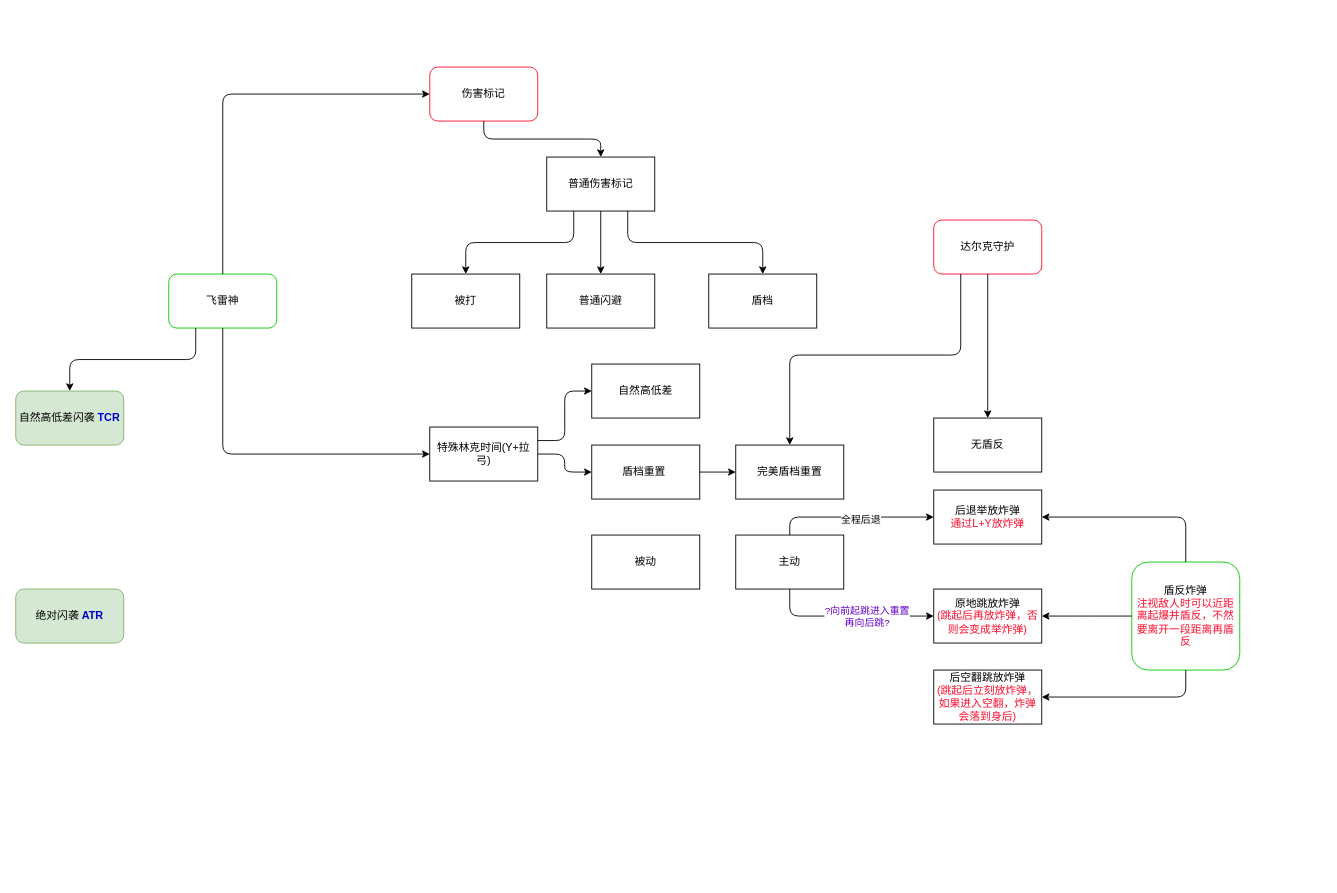
Earlier version of the draw.io diagram zelda.drawio (XiaoLiuAI/diagrams). Source tidied: cells renumbered, new cells numbered last; positions are measured from the earlier drawing's top-left corner, leaving out a move shared by most shapes. Both pictures are drawn from the tidied source at 90%, with x=0, y=0 at pixel (15, 67).
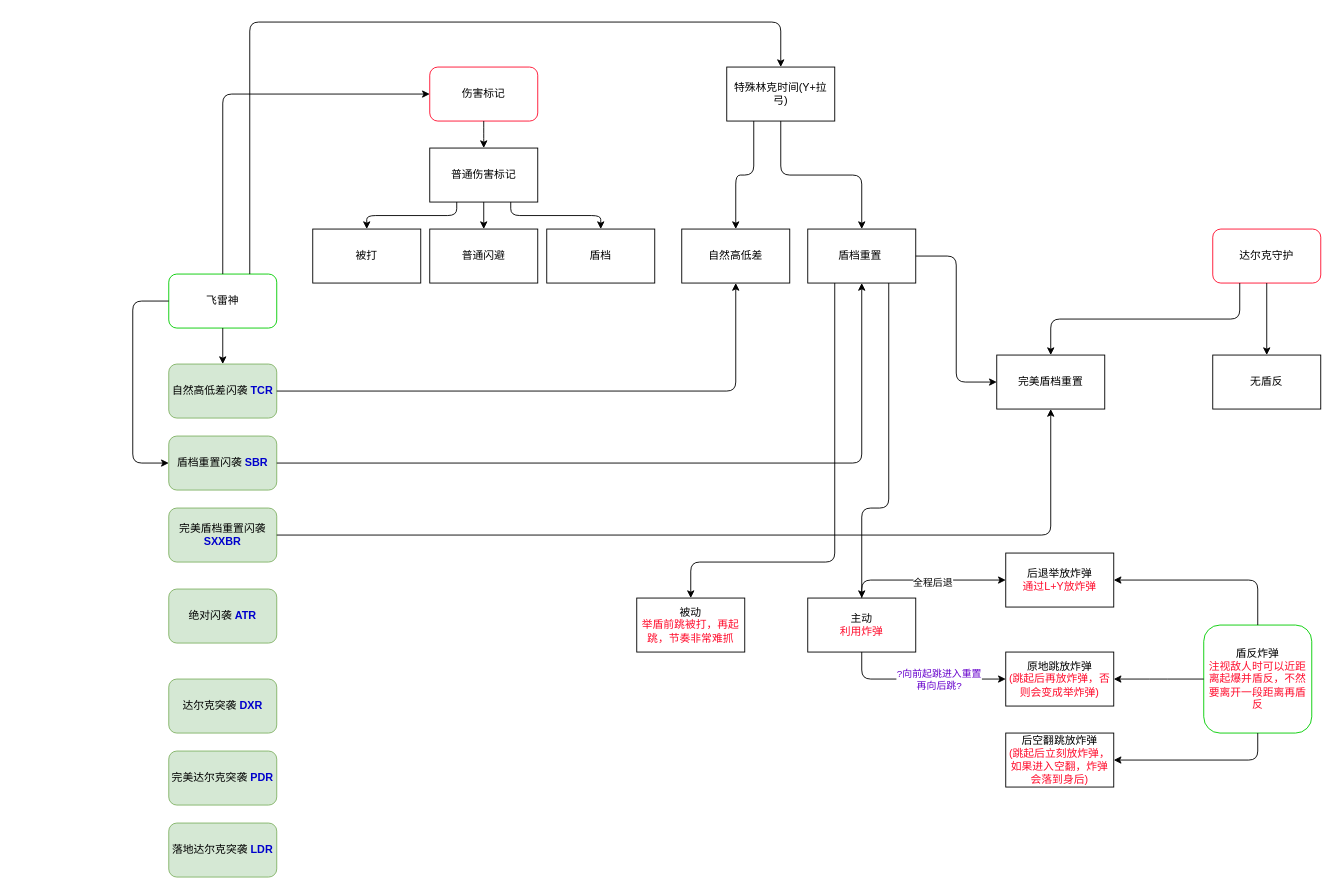
The same page after the edit.

Unchanged cells that the change refers to:
```xml
<mxCell id="2" value="飞雷神" style="rounded=1;whiteSpace=wrap;html=1;strokeColor=#00CC00;" parent="1" vertex="1">
  <mxGeometry x="170" y="230" width="120" height="60" as="geometry" />
</mxCell>
```

Change to the diagram source:
```diff
@@
     <mxCell id="4" value="普通伤害标记" style="rounded=0;whiteSpace=wrap;html=1;" parent="1" vertex="1">
-      <mxGeometry x="590" y="100" width="120" height="60" as="geometry" />
+      <mxGeometry x="460" y="90" width="120" height="60" as="geometry" />
     </mxCell>
     <mxCell id="5" value="被打" style="rounded=0;whiteSpace=wrap;html=1;" parent="1" vertex="1">
-      <mxGeometry x="440" y="230" width="120" height="60" as="geometry" />
+      <mxGeometry x="330" y="180" width="120" height="60" as="geometry" />
     </mxCell>
     <mxCell id="6" value="普通闪避" style="rounded=0;whiteSpace=wrap;html=1;" parent="1" vertex="1">
-      <mxGeometry x="590" y="230" width="120" height="60" as="geometry" />
+      <mxGeometry x="460" y="180" width="120" height="60" as="geometry" />
     </mxCell>
     <mxCell id="7" value="盾档" style="rounded=0;whiteSpace=wrap;html=1;" parent="1" vertex="1">
-      <mxGeometry x="770" y="230" width="120" height="60" as="geometry" />
+      <mxGeometry x="590" y="180" width="120" height="60" as="geometry" />
     </mxCell>
@@
     <mxCell id="12" value="特殊林克时间(Y+拉弓)" style="rounded=0;whiteSpace=wrap;html=1;" parent="1" vertex="1">
-      <mxGeometry x="460" y="400" width="120" height="60" as="geometry" />
+      <mxGeometry x="790" width="120" height="60" as="geometry" />
     </mxCell>
@@
-    <mxCell id="14" style="edgeStyle=segmentEdgeStyle;endArrow=classic;html=1;entryX=0;entryY=0.5;entryDx=0;entryDy=0;exitX=0.5;exitY=1;exitDx=0;exitDy=0;" parent="1" edge="1" source="2" target="12">
+    <mxCell id="14" style="edgeStyle=segmentEdgeStyle;endArrow=classic;html=1;entryX=0.5;entryY=0;entryDx=0;entryDy=0;exitX=0.75;exitY=0;exitDx=0;exitDy=0;" parent="1" edge="1" source="2" target="12">
       <mxGeometry relative="1" as="geometry">
         <Array as="points">
-          <mxPoint x="230" y="430" />
+          <mxPoint x="260" y="-50" />
+          <mxPoint x="850" y="-50" />
         </Array>
       </mxGeometry>
     </mxCell>
     <mxCell id="15" value="自然高低差" style="rounded=0;whiteSpace=wrap;html=1;" parent="1" vertex="1">
-      <mxGeometry x="640" y="330" width="120" height="60" as="geometry" />
+      <mxGeometry x="740" y="180" width="120" height="60" as="geometry" />
     </mxCell>
-    <mxCell id="16" style="edgeStyle=elbowEdgeStyle;elbow=horizontal;endArrow=classic;html=1;exitX=1;exitY=0.25;exitDx=0;exitDy=0;entryX=0;entryY=0.5;entryDx=0;entryDy=0;" parent="1" edge="1" source="12" target="15">
-      <mxGeometry relative="1" as="geometry" />
-    </mxCell>
     <mxCell id="17" value="盾档重置&amp;nbsp;" style="rounded=0;whiteSpace=wrap;html=1;" parent="1" vertex="1">
-      <mxGeometry x="640" y="420" width="120" height="60" as="geometry" />
+      <mxGeometry x="880" y="180" width="120" height="60" as="geometry" />
     </mxCell>
-    <mxCell id="18" style="edgeStyle=elbowEdgeStyle;elbow=horizontal;endArrow=classic;html=1;exitX=1;exitY=0.5;exitDx=0;exitDy=0;entryX=0;entryY=0.5;entryDx=0;entryDy=0;" parent="1" edge="1" source="12" target="17">
-      <mxGeometry relative="1" as="geometry" />
-    </mxCell>
     <mxCell id="19" value="完美盾档重置" style="rounded=0;whiteSpace=wrap;html=1;" parent="1" vertex="1">
-      <mxGeometry x="800" y="420" width="120" height="60" as="geometry" />
+      <mxGeometry x="1090" y="320" width="120" height="60" as="geometry" />
     </mxCell>
-    <mxCell id="20" style="endArrow=classic;html=1;exitX=1;exitY=0.5;exitDx=0;exitDy=0;" parent="1" edge="1" source="17">
-      <mxGeometry relative="1" as="geometry">
-        <mxPoint x="800" y="450" as="targetPoint" />
-      </mxGeometry>
-    </mxCell>
     <mxCell id="21" value="达尔克守护" style="rounded=1;whiteSpace=wrap;html=1;shadow=0;strokeWidth=1;strokeColor=#FF0D2D;" parent="1" vertex="1">
-      <mxGeometry x="1020" y="170" width="120" height="60" as="geometry" />
+      <mxGeometry x="1330" y="180" width="120" height="60" as="geometry" />
     </mxCell>
     <mxCell id="22" style="edgeStyle=elbowEdgeStyle;elbow=vertical;endArrow=classic;html=1;exitX=0.25;exitY=1;exitDx=0;exitDy=0;entryX=0.5;entryY=0;entryDx=0;entryDy=0;" parent="1" edge="1" source="21" target="19">
-      <mxGeometry relative="1" as="geometry">
-        <Array as="points">
-          <mxPoint x="960" y="320" />
-        </Array>
-      </mxGeometry>
+      <mxGeometry relative="1" as="geometry" />
     </mxCell>
-    <mxCell id="23" value="被动" style="rounded=0;whiteSpace=wrap;html=1;" parent="1" vertex="1">
-      <mxGeometry x="640" y="520" width="120" height="60" as="geometry" />
+    <mxCell id="23" value="被动&lt;br&gt;&lt;font color=&quot;#ff0d2d&quot;&gt;举盾前跳被打，再起跳，节奏非常难抓&lt;/font&gt;" style="rounded=0;whiteSpace=wrap;html=1;" parent="1" vertex="1">
+      <mxGeometry x="690" y="590" width="120" height="60" as="geometry" />
     </mxCell>
-    <mxCell id="24" value="主动" style="rounded=0;whiteSpace=wrap;html=1;" parent="1" vertex="1">
-      <mxGeometry x="800" y="520" width="120" height="60" as="geometry" />
+    <mxCell id="24" value="主动&lt;br&gt;&lt;font color=&quot;#ff0d2d&quot;&gt;利用炸弹&lt;/font&gt;" style="rounded=0;whiteSpace=wrap;html=1;" parent="1" vertex="1">
+      <mxGeometry x="880" y="590" width="120" height="60" as="geometry" />
     </mxCell>
     <mxCell id="25" value="原地跳放炸弹&lt;br&gt;&lt;font color=&quot;#ff0d2d&quot;&gt;(跳起后再放炸弹，否则会变成举炸弹)&lt;/font&gt;" style="rounded=0;whiteSpace=wrap;html=1;" parent="1" vertex="1">
-      <mxGeometry x="1020" y="580" width="120" height="60" as="geometry" />
+      <mxGeometry x="1100" y="650" width="120" height="60" as="geometry" />
     </mxCell>
     <mxCell id="26" value="后退举放炸弹&lt;br&gt;&lt;font color=&quot;#ff0d2d&quot;&gt;通过L+Y放炸弹&lt;/font&gt;" style="rounded=0;whiteSpace=wrap;html=1;" parent="1" vertex="1">
-      <mxGeometry x="1020" y="470" width="120" height="60" as="geometry" />
+      <mxGeometry x="1100" y="540" width="120" height="60" as="geometry" />
     </mxCell>
     <mxCell id="27" style="edgeStyle=elbowEdgeStyle;elbow=vertical;endArrow=classic;html=1;entryX=0;entryY=0.5;entryDx=0;entryDy=0;exitX=0.5;exitY=0;exitDx=0;exitDy=0;" parent="1" edge="1" source="24" target="26">
       <mxGeometry relative="1" as="geometry">
         <Array as="points">
-          <mxPoint x="1000" y="500" />
+          <mxPoint x="1080" y="570" />
         </Array>
       </mxGeometry>
     </mxCell>
@@
     <mxCell id="29" style="edgeStyle=elbowEdgeStyle;elbow=vertical;endArrow=classic;html=1;entryX=0;entryY=0.5;entryDx=0;entryDy=0;exitX=0.5;exitY=1;exitDx=0;exitDy=0;" parent="1" edge="1" source="24" target="25">
       <mxGeometry relative="1" as="geometry">
         <Array as="points">
-          <mxPoint x="970" y="610" />
+          <mxPoint x="1050" y="680" />
         </Array>
       </mxGeometry>
     </mxCell>
@@
     <mxCell id="31" value="盾反炸弹&lt;br&gt;&lt;font color=&quot;#ff0d2d&quot;&gt;注视敌人时可以近距离起爆并盾反，不然要离开一段距离再盾反&lt;/font&gt;" style="rounded=1;whiteSpace=wrap;html=1;strokeColor=#00CC00;" parent="1" vertex="1">
-      <mxGeometry x="1240" y="550" width="120" height="120" as="geometry" />
+      <mxGeometry x="1320" y="620" width="120" height="120" as="geometry" />
     </mxCell>
     <mxCell id="32" style="edgeStyle=elbowEdgeStyle;elbow=vertical;endArrow=classic;html=1;entryX=1;entryY=0.5;entryDx=0;entryDy=0;exitX=0.5;exitY=0;exitDx=0;exitDy=0;" parent="1" edge="1" source="31" target="26">
       <mxGeometry relative="1" as="geometry">
         <Array as="points">
-          <mxPoint x="1220" y="500" />
+          <mxPoint x="1300" y="570" />
         </Array>
       </mxGeometry>
     </mxCell>
     <mxCell id="33" value="后空翻跳放炸弹&lt;br&gt;&lt;font color=&quot;#ff0d2d&quot;&gt;(跳起后立刻放炸弹，如果进入空翻，炸弹会落到身后)&lt;/font&gt;" style="rounded=0;whiteSpace=wrap;html=1;" parent="1" vertex="1">
-      <mxGeometry x="1020" y="670" width="120" height="60" as="geometry" />
+      <mxGeometry x="1100" y="740" width="120" height="60" as="geometry" />
     </mxCell>
@@
     <mxCell id="35" style="edgeStyle=elbowEdgeStyle;elbow=vertical;endArrow=classic;html=1;exitX=0.5;exitY=1;exitDx=0;exitDy=0;entryX=1;entryY=0.5;entryDx=0;entryDy=0;" parent="1" edge="1" source="31" target="33">
       <mxGeometry relative="1" as="geometry">
         <Array as="points">
-          <mxPoint x="1220" y="700" />
+          <mxPoint x="1300" y="770" />
         </Array>
       </mxGeometry>
     </mxCell>
     <mxCell id="36" value="无盾反" style="rounded=0;whiteSpace=wrap;html=1;" parent="1" vertex="1">
-      <mxGeometry x="1020" y="390" width="120" height="60" as="geometry" />
+      <mxGeometry x="1330" y="320" width="120" height="60" as="geometry" />
     </mxCell>
@@
     <mxCell id="38" value="绝对闪袭 &lt;b&gt;&lt;font color=&quot;#0000cc&quot;&gt;AT&lt;/font&gt;&lt;/b&gt;&lt;font color=&quot;#0000cc&quot;&gt;&lt;b&gt;R&lt;/b&gt;&lt;/font&gt;" style="rounded=1;whiteSpace=wrap;html=1;fillColor=#d5e8d4;strokeColor=#82b366;" parent="1" vertex="1">
-      <mxGeometry y="580" width="120" height="60" as="geometry" />
+      <mxGeometry x="170" y="580" width="120" height="60" as="geometry" />
     </mxCell>
     <mxCell id="39" value="自然高低差闪袭 &lt;b&gt;&lt;font color=&quot;#0000cc&quot;&gt;TC&lt;/font&gt;&lt;/b&gt;&lt;font color=&quot;#0000cc&quot;&gt;&lt;b&gt;R&lt;/b&gt;&lt;/font&gt;" style="rounded=1;whiteSpace=wrap;html=1;fillColor=#d5e8d4;strokeColor=#82b366;" parent="1" vertex="1">
-      <mxGeometry y="360" width="120" height="60" as="geometry" />
+      <mxGeometry x="170" y="330" width="120" height="60" as="geometry" />
     </mxCell>
+    <mxCell id="41" value="盾档重置闪袭 &lt;b&gt;&lt;font color=&quot;#0000cc&quot;&gt;SB&lt;/font&gt;&lt;/b&gt;&lt;font color=&quot;#0000cc&quot;&gt;&lt;b&gt;R&lt;/b&gt;&lt;/font&gt;" style="rounded=1;whiteSpace=wrap;html=1;fillColor=#d5e8d4;strokeColor=#82b366;" parent="1" vertex="1">
+      <mxGeometry x="170" y="410" width="120" height="60" as="geometry" />
+    </mxCell>
+    <mxCell id="42" value="完美盾档重置闪袭 &lt;b&gt;&lt;font color=&quot;#0000cc&quot;&gt;SXXB&lt;/font&gt;&lt;/b&gt;&lt;font color=&quot;#0000cc&quot;&gt;&lt;b&gt;R&lt;/b&gt;&lt;/font&gt;" style="rounded=1;whiteSpace=wrap;html=1;fillColor=#d5e8d4;strokeColor=#82b366;" parent="1" vertex="1">
+      <mxGeometry x="170" y="490" width="120" height="60" as="geometry" />
+    </mxCell>
+    <mxCell id="43" style="edgeStyle=elbowEdgeStyle;elbow=horizontal;endArrow=classic;html=1;exitX=1;exitY=0.5;exitDx=0;exitDy=0;entryX=0.5;entryY=1;entryDx=0;entryDy=0;" parent="1" edge="1" source="39" target="15">
+      <mxGeometry relative="1" as="geometry">
+        <Array as="points">
+          <mxPoint x="800" y="300" />
+        </Array>
+      </mxGeometry>
+    </mxCell>
+    <mxCell id="44" style="edgeStyle=elbowEdgeStyle;elbow=horizontal;endArrow=classic;html=1;exitX=1;exitY=0.5;exitDx=0;exitDy=0;entryX=0.5;entryY=1;entryDx=0;entryDy=0;" parent="1" edge="1" source="41" target="17">
+      <mxGeometry relative="1" as="geometry">
+        <Array as="points">
+          <mxPoint x="940" y="370" />
+        </Array>
+      </mxGeometry>
+    </mxCell>
+    <mxCell id="16" style="edgeStyle=elbowEdgeStyle;elbow=vertical;endArrow=classic;html=1;entryX=0.5;entryY=0;entryDx=0;entryDy=0;exitX=0.25;exitY=1;exitDx=0;exitDy=0;" parent="1" edge="1" source="12" target="15">
+      <mxGeometry relative="1" as="geometry" />
+    </mxCell>
+    <mxCell id="18" style="edgeStyle=elbowEdgeStyle;elbow=vertical;endArrow=classic;html=1;entryX=0.5;entryY=0;entryDx=0;entryDy=0;exitX=0.5;exitY=1;exitDx=0;exitDy=0;" parent="1" edge="1" source="12" target="17">
+      <mxGeometry relative="1" as="geometry" />
+    </mxCell>
+    <mxCell id="45" style="edgeStyle=elbowEdgeStyle;elbow=horizontal;endArrow=classic;html=1;exitX=1;exitY=0.5;exitDx=0;exitDy=0;entryX=0;entryY=0.5;entryDx=0;entryDy=0;" parent="1" edge="1" source="17" target="19">
+      <mxGeometry relative="1" as="geometry" />
+    </mxCell>
-    <mxCell id="40" style="edgeStyle=elbowEdgeStyle;elbow=vertical;endArrow=classic;html=1;exitX=0.25;exitY=1;exitDx=0;exitDy=0;entryX=0.5;entryY=0;entryDx=0;entryDy=0;" parent="1" edge="1" source="2" target="39">
+    <mxCell id="40" style="endArrow=classic;html=1;exitX=0.5;exitY=1;exitDx=0;exitDy=0;entryX=0.5;entryY=0;entryDx=0;entryDy=0;" parent="1" edge="1" source="2" target="39">
       <mxGeometry relative="1" as="geometry" />
     </mxCell>
+    <mxCell id="46" style="edgeStyle=elbowEdgeStyle;elbow=horizontal;endArrow=classic;html=1;exitX=0;exitY=0.5;exitDx=0;exitDy=0;entryX=0;entryY=0.5;entryDx=0;entryDy=0;" parent="1" edge="1" source="2" target="41">
+      <mxGeometry relative="1" as="geometry">
+        <Array as="points">
+          <mxPoint x="130" y="350" />
+        </Array>
+      </mxGeometry>
+    </mxCell>
+    <mxCell id="47" style="edgeStyle=elbowEdgeStyle;elbow=vertical;endArrow=classic;html=1;entryX=0.5;entryY=1;entryDx=0;entryDy=0;exitX=1;exitY=0.5;exitDx=0;exitDy=0;" parent="1" edge="1" source="42" target="19">
+      <mxGeometry relative="1" as="geometry">
+        <Array as="points">
+          <mxPoint x="720" y="520" />
+        </Array>
+      </mxGeometry>
+    </mxCell>
+    <mxCell id="48" style="edgeStyle=elbowEdgeStyle;elbow=vertical;endArrow=classic;html=1;exitX=0.75;exitY=1;exitDx=0;exitDy=0;entryX=0.5;entryY=0;entryDx=0;entryDy=0;" parent="1" edge="1" source="17" target="24">
+      <mxGeometry relative="1" as="geometry">
+        <Array as="points">
+          <mxPoint x="960" y="490" />
+        </Array>
+      </mxGeometry>
+    </mxCell>
+    <mxCell id="49" style="edgeStyle=elbowEdgeStyle;elbow=vertical;endArrow=classic;html=1;exitX=0.25;exitY=1;exitDx=0;exitDy=0;entryX=0.5;entryY=0;entryDx=0;entryDy=0;" parent="1" edge="1" source="17" target="23">
+      <mxGeometry relative="1" as="geometry">
+        <Array as="points">
+          <mxPoint x="830" y="550" />
+        </Array>
+      </mxGeometry>
+    </mxCell>
+    <mxCell id="50" value="达尔克突袭 &lt;b&gt;&lt;font color=&quot;#0000cc&quot;&gt;DXR&lt;/font&gt;&lt;/b&gt;" style="rounded=1;whiteSpace=wrap;html=1;fillColor=#d5e8d4;strokeColor=#82b366;" parent="1" vertex="1">
+      <mxGeometry x="170" y="680" width="120" height="60" as="geometry" />
+    </mxCell>
+    <mxCell id="51" value="完美达尔克突袭 &lt;b&gt;&lt;font color=&quot;#0000cc&quot;&gt;PD&lt;/font&gt;&lt;/b&gt;&lt;font color=&quot;#0000cc&quot;&gt;&lt;b&gt;R&lt;/b&gt;&lt;/font&gt;" style="rounded=1;whiteSpace=wrap;html=1;fillColor=#d5e8d4;strokeColor=#82b366;" parent="1" vertex="1">
+      <mxGeometry x="170" y="760" width="120" height="60" as="geometry" />
+    </mxCell>
+    <mxCell id="52" value="落地达尔克突袭 &lt;b&gt;&lt;font color=&quot;#0000cc&quot;&gt;LD&lt;/font&gt;&lt;/b&gt;&lt;font color=&quot;#0000cc&quot;&gt;&lt;b&gt;R&lt;/b&gt;&lt;/font&gt;" style="rounded=1;whiteSpace=wrap;html=1;fillColor=#d5e8d4;strokeColor=#82b366;" parent="1" vertex="1">
+      <mxGeometry x="170" y="840" width="120" height="60" as="geometry" />
+    </mxCell>
```
